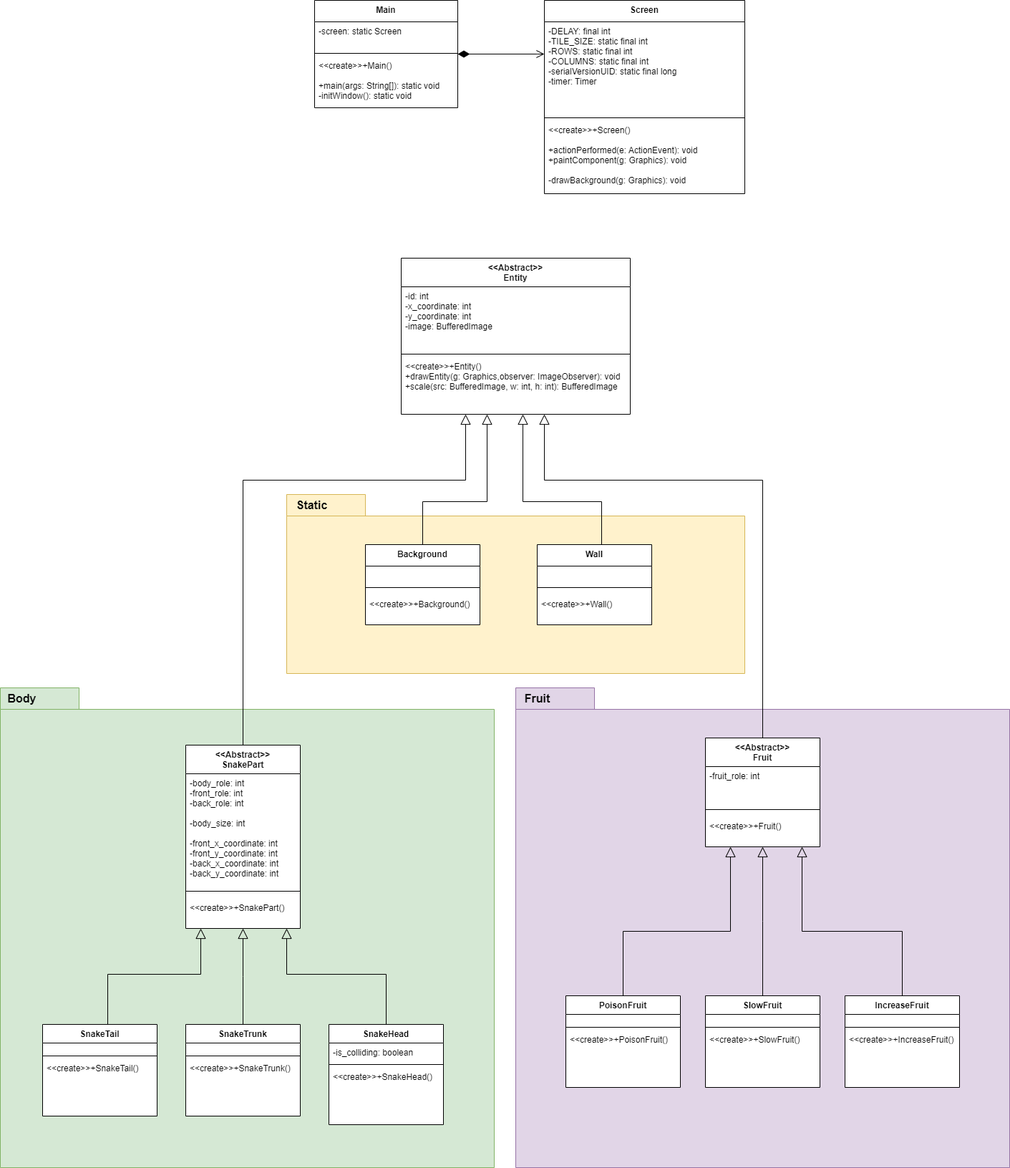
Earlier version of the draw.io export snake-game-uml.drawio.png (daniapc/snake-game). Source tidied: cells renumbered, new cells last; positions are measured from the earlier drawing's top-left corner, leaving out a move shared by most shapes.
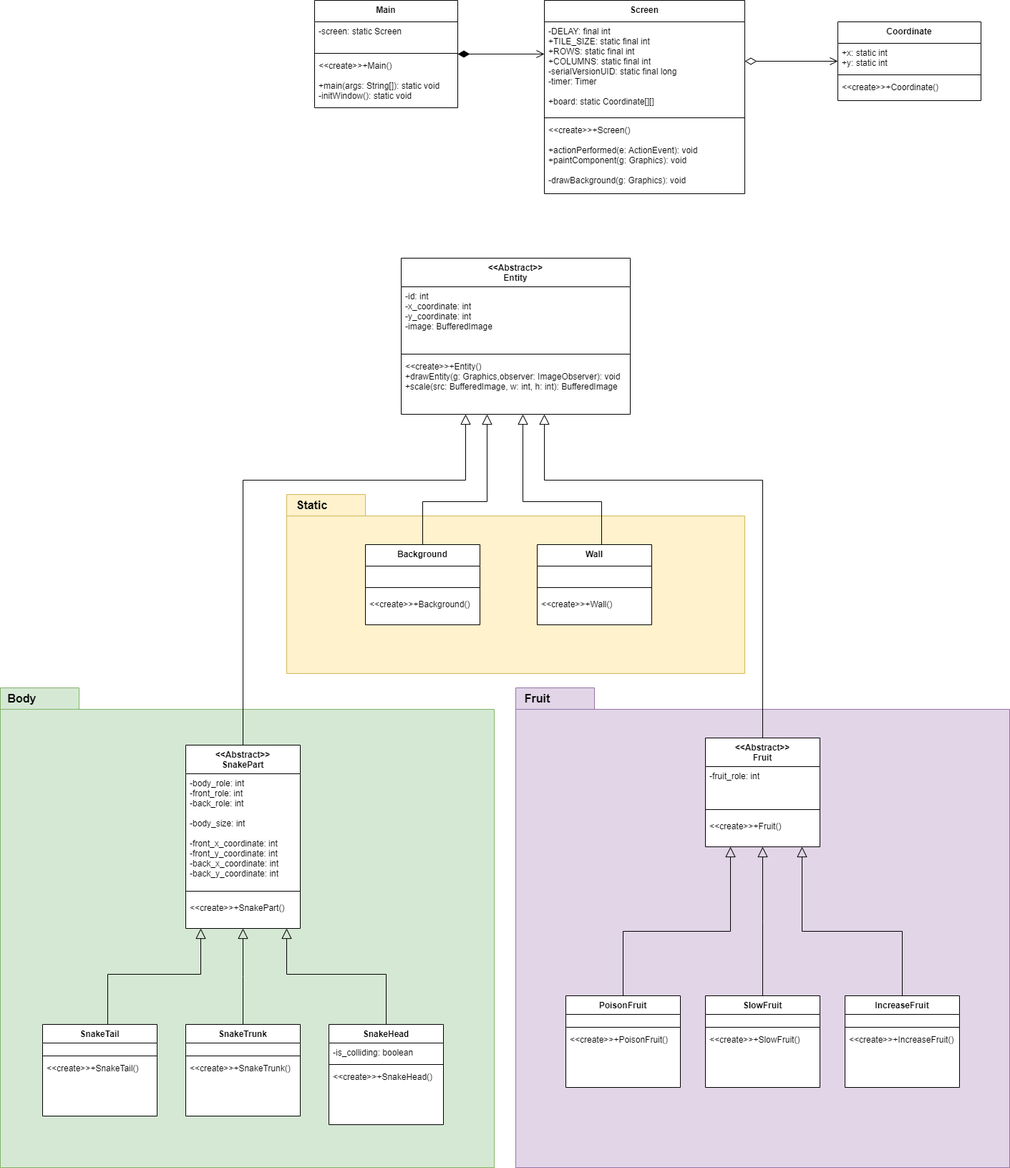
After the commit.

Commit message:
Mapping the coordinates of the board

Diff of the diagram source:
```diff
@@ -239,7 +239,7 @@
     <mxCell id="66" value="Screen" style="swimlane;fontStyle=1;align=center;verticalAlign=top;horizontal=1;startSize=30;swimlaneFillColor=default;" parent="1" vertex="1">
       <mxGeometry x="760" width="280" height="270" as="geometry" />
     </mxCell>
-    <mxCell id="67" value="-DELAY: final int&#10;-TILE_SIZE: static final int&#10;-ROWS: static final int&#10;-COLUMNS: static final int&#10;-serialVersionUID: static final long&#10;-timer: Timer" style="text;strokeColor=none;fillColor=none;align=left;verticalAlign=top;spacingLeft=4;spacingRight=4;overflow=hidden;points=[[0,0.5],[1,0.5]];portConstraint=eastwest;" parent="66" vertex="1">
+    <mxCell id="67" value="-DELAY: final int&#10;+TILE_SIZE: static final int&#10;+ROWS: static final int&#10;+COLUMNS: static final int&#10;-serialVersionUID: static final long&#10;-timer: Timer&#10;&#10;+board: static Coordinate[][]" style="text;strokeColor=none;fillColor=none;align=left;verticalAlign=top;spacingLeft=4;spacingRight=4;overflow=hidden;points=[[0,0.5],[1,0.5]];portConstraint=eastwest;" parent="66" vertex="1">
       <mxGeometry y="30" width="280" height="130" as="geometry" />
     </mxCell>
     <mxCell id="68" style="line;strokeWidth=1;fillColor=none;align=left;verticalAlign=middle;spacingTop=-1;spacingLeft=3;spacingRight=3;labelPosition=right;" parent="66" vertex="1">
@@ -256,5 +256,24 @@
         </Array>
       </mxGeometry>
     </mxCell>
+    <mxCell id="71" value="Coordinate" style="swimlane;fontStyle=1;align=center;verticalAlign=top;horizontal=1;startSize=30;swimlaneFillColor=default;" parent="1" vertex="1">
+      <mxGeometry x="1170" y="30" width="200" height="110" as="geometry" />
+    </mxCell>
+    <mxCell id="72" value="+x: static int&#10;+y: static int" style="text;strokeColor=none;fillColor=none;align=left;verticalAlign=top;spacingLeft=4;spacingRight=4;overflow=hidden;" parent="71" vertex="1">
+      <mxGeometry y="30" width="200" height="40" as="geometry" />
+    </mxCell>
+    <mxCell id="73" style="line;strokeWidth=1;fillColor=none;align=left;verticalAlign=middle;spacingTop=-1;spacingLeft=3;spacingRight=3;labelPosition=right;" parent="71" vertex="1">
+      <mxGeometry y="70" width="200" height="8" as="geometry" />
+    </mxCell>
+    <mxCell id="74" value="&lt;&lt;create&gt;&gt;+Coordinate()" style="text;strokeColor=none;fillColor=none;align=left;verticalAlign=top;spacingLeft=4;spacingRight=4;overflow=hidden;" parent="71" vertex="1">
+      <mxGeometry y="78" width="200" height="32" as="geometry" />
+    </mxCell>
+    <mxCell id="75" style="endArrow=diamondThin;html=1;edgeStyle=orthogonalEdgeStyle;rounded=0;startArrow=open;startFill=0;endSize=14;startSize=9;endFill=0;" parent="1" edge="1" source="71" target="67">
+      <mxGeometry relative="1" as="geometry">
+        <Array as="points">
+          <mxPoint x="1211" y="95" />
+        </Array>
+      </mxGeometry>
+    </mxCell>
   </root>
 </mxGraphModel>
```
